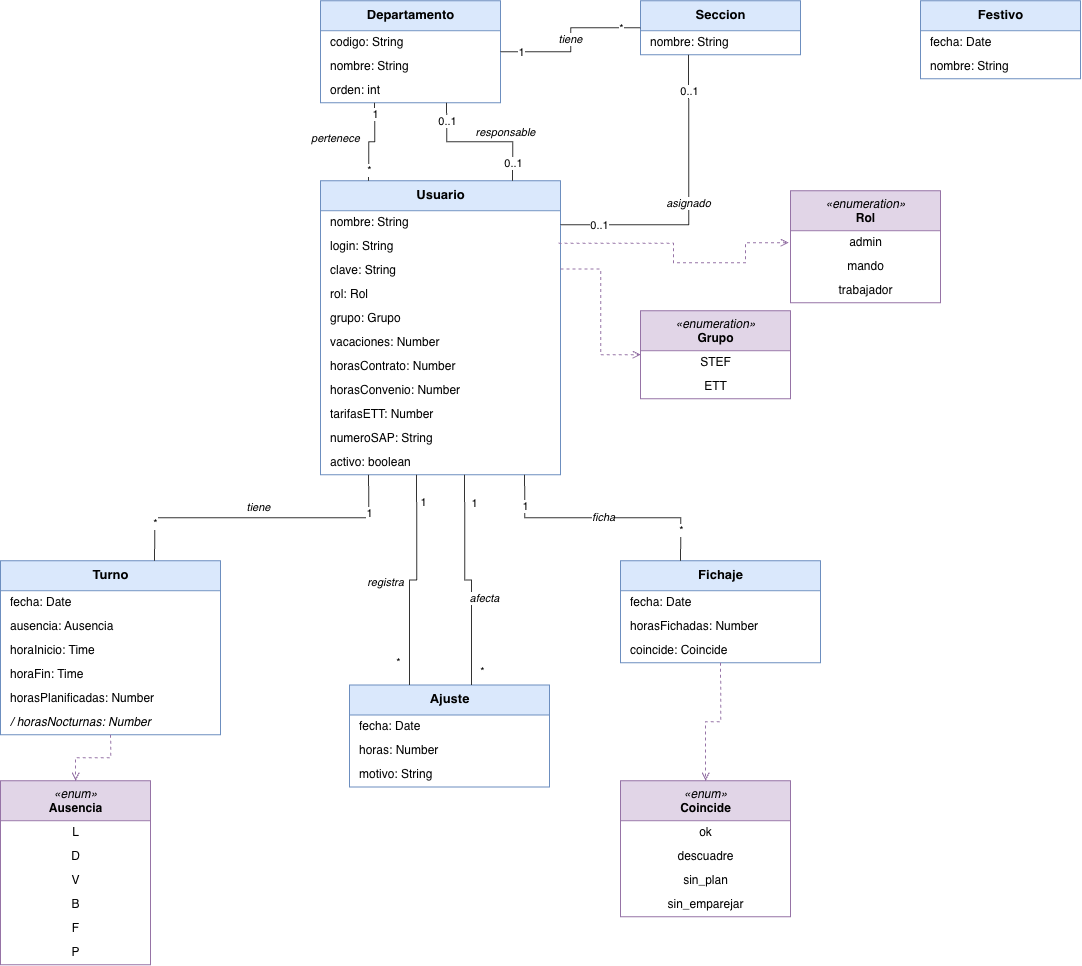
Earlier version of the draw.io export docs/diagramas/clases.png (MauriL28/CPP-Calendario). Source tidied: cells renumbered, new cells last; positions are measured from the earlier drawing's top-left corner, leaving out a move shared by most shapes.
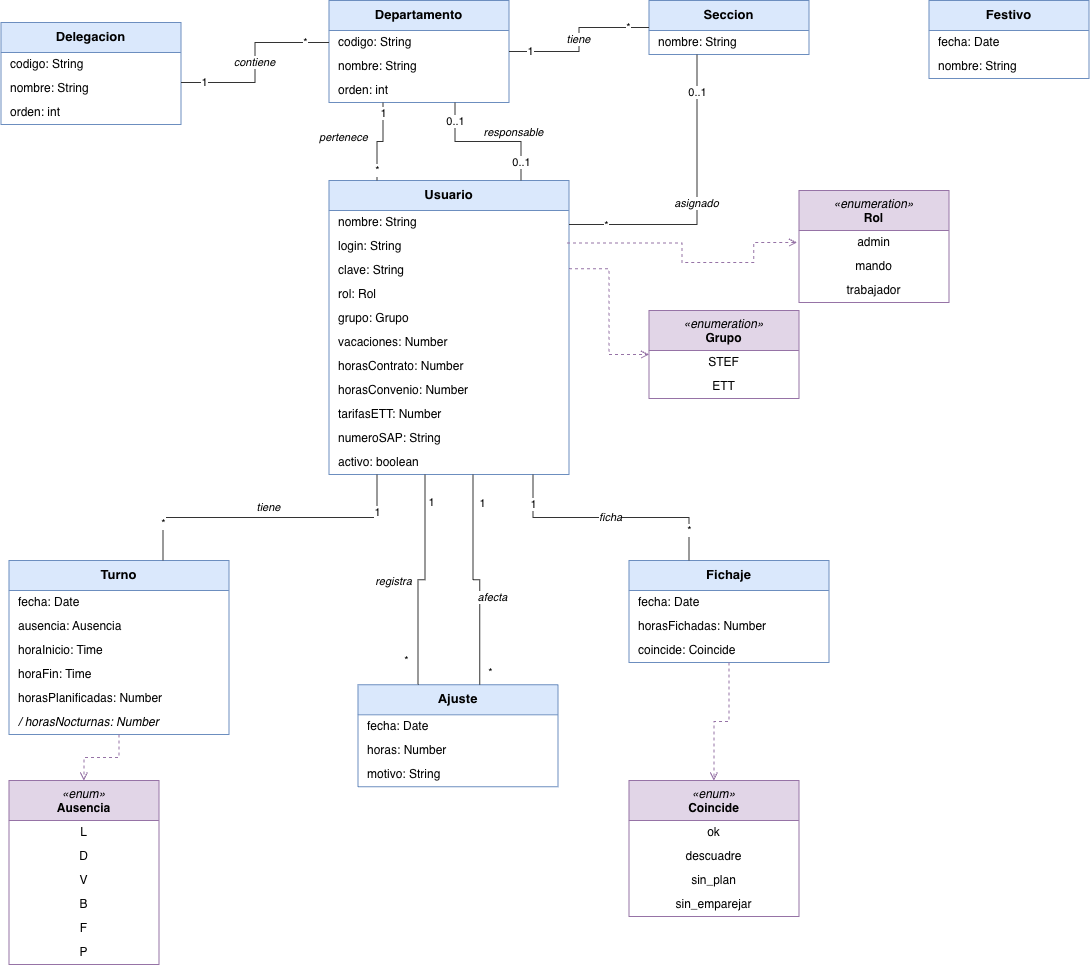
Later version of the same file.

What changed in the source:
```diff
@@ -199,7 +199,7 @@
     <mxCell id="66" value="asignado" style="edgeStyle=orthogonalEdgeStyle;rounded=0;html=1;endArrow=none;startArrow=none;exitX=1;exitY=0.15;exitDx=0;exitDy=0;entryX=0.3;entryY=1;entryDx=0;entryDy=0;fontSize=11;fontStyle=2;strokeColor=#333333;" parent="1" edge="1" source="11" target="6">
       <mxGeometry relative="1" as="geometry" />
     </mxCell>
-    <mxCell id="67" value="0..1" style="edgeLabel;html=1;align=center;verticalAlign=middle;fontSize=11;" parent="66" vertex="1">
+    <mxCell id="67" value="*" style="edgeLabel;html=1;align=center;verticalAlign=middle;fontSize=11;" parent="66" vertex="1">
       <mxGeometry x="-0.75" relative="1" as="geometry" />
     </mxCell>
     <mxCell id="68" value="0..1" style="edgeLabel;html=1;align=center;verticalAlign=middle;fontSize=11;" parent="66" vertex="1">
@@ -277,5 +277,26 @@
     <mxCell id="84" style="edgeStyle=orthogonalEdgeStyle;rounded=0;html=1;dashed=1;endArrow=open;endFill=0;exitX=0.5;exitY=1;exitDx=0;exitDy=0;entryX=0.5;entryY=0;entryDx=0;entryDy=0;strokeColor=#9673a6;" parent="1" edge="1" source="34" target="52">
       <mxGeometry relative="1" as="geometry" />
     </mxCell>
+    <mxCell id="85" value="Delegacion" style="swimlane;fontStyle=1;align=center;verticalAlign=top;horizontal=1;startSize=30;fillColor=#dae8fc;strokeColor=#6c8ebf;fontSize=13;html=1;" parent="1" vertex="1">
+      <mxGeometry x="-8" y="22" width="180" height="102" as="geometry" />
+    </mxCell>
+    <mxCell id="86" value="codigo: String" style="text;align=left;verticalAlign=middle;spacingLeft=8;fontSize=12;html=1;strokeColor=none;fillColor=none;" parent="85" vertex="1">
+      <mxGeometry y="30" width="180" height="24" as="geometry" />
+    </mxCell>
+    <mxCell id="87" value="nombre: String" style="text;align=left;verticalAlign=middle;spacingLeft=8;fontSize=12;html=1;strokeColor=none;fillColor=none;" parent="85" vertex="1">
+      <mxGeometry y="54" width="180" height="24" as="geometry" />
+    </mxCell>
+    <mxCell id="88" value="orden: int" style="text;align=left;verticalAlign=middle;spacingLeft=8;fontSize=12;html=1;strokeColor=none;fillColor=none;" parent="85" vertex="1">
+      <mxGeometry y="78" width="180" height="24" as="geometry" />
+    </mxCell>
+    <mxCell id="89" value="contiene" style="edgeStyle=orthogonalEdgeStyle;rounded=0;html=1;endArrow=none;startArrow=none;exitX=1;exitY=0.25;exitDx=0;exitDy=0;entryX=0;entryY=0.5;entryDx=0;entryDy=0;fontSize=11;fontStyle=2;strokeColor=#333333;" parent="1" edge="1" source="87" target="3">
+      <mxGeometry relative="1" as="geometry" />
+    </mxCell>
+    <mxCell id="90" value="1" style="edgeLabel;html=1;align=center;verticalAlign=middle;fontSize=11;" parent="89" vertex="1">
+      <mxGeometry x="-0.75" relative="1" as="geometry" />
+    </mxCell>
+    <mxCell id="91" value="*" style="edgeLabel;html=1;align=center;verticalAlign=middle;fontSize=11;" parent="89" vertex="1">
+      <mxGeometry x="0.75" relative="1" as="geometry" />
+    </mxCell>
   </root>
 </mxGraphModel>
```
